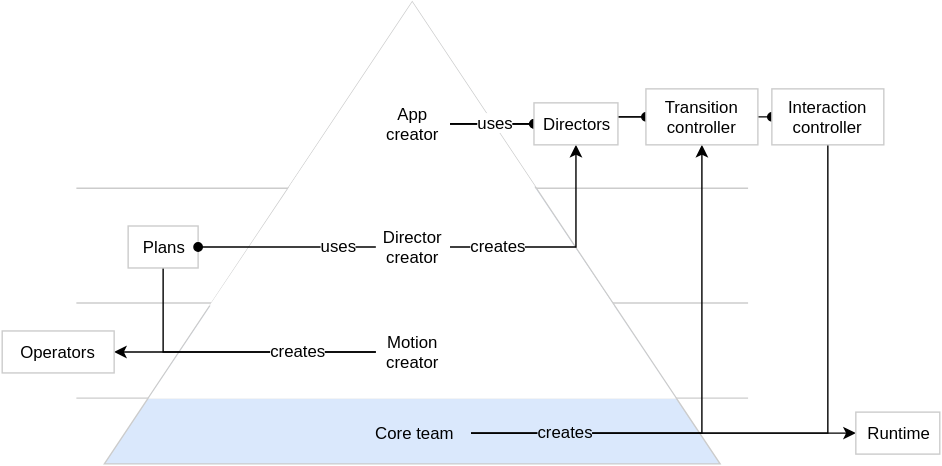
Earlier version of the draw.io export assets/L4.svg (material-motion/material-motion). Source tidied: cells renumbered, new cells last; positions are measured from the earlier drawing's top-left corner, leaving out a move shared by most shapes. Source of this version:
```xml
<mxGraphModel background="#ffffff">
  <root>
    <mxCell id="0" />
    <mxCell id="1" parent="0" />
    <mxCell id="2" style="triangle;whiteSpace=wrap;html=1;rotation=-90;strokeColor=#CCCCCC;fillColor=#DAE8FC;" parent="1" vertex="1">
      <mxGeometry x="128" width="330" height="440" as="geometry" />
    </mxCell>
    <mxCell id="3" style="endArrow=none;html=1;endFill=0;strokeColor=#CCCCCC;" parent="1" edge="1">
      <mxGeometry relative="1" as="geometry">
        <mxPoint x="53" y="188" as="sourcePoint" />
        <mxPoint x="533" y="188" as="targetPoint" />
      </mxGeometry>
    </mxCell>
    <mxCell id="4" style="endArrow=none;html=1;endFill=0;strokeColor=#CCCCCC;" parent="1" edge="1">
      <mxGeometry relative="1" as="geometry">
        <mxPoint x="53" y="270" as="sourcePoint" />
        <mxPoint x="533" y="270" as="targetPoint" />
      </mxGeometry>
    </mxCell>
    <mxCell id="5" style="endArrow=none;html=1;endFill=0;strokeColor=#CCCCCC;" parent="1" edge="1">
      <mxGeometry relative="1" as="geometry">
        <mxPoint x="53" y="338" as="sourcePoint" />
        <mxPoint x="533" y="338" as="targetPoint" />
      </mxGeometry>
    </mxCell>
    <mxCell id="6" style="triangle;whiteSpace=wrap;html=1;rotation=-90;strokeColor=none;fillColor=#ffffff;" parent="1" vertex="1">
      <mxGeometry x="227" y="33" width="132" height="176" as="geometry" />
    </mxCell>
    <mxCell id="7" style="triangle;whiteSpace=wrap;html=1;rotation=-90;strokeColor=none;fillColor=#FFFFFF;" parent="1" vertex="1">
      <mxGeometry x="152" y="9" width="282" height="377" as="geometry" />
    </mxCell>
    <mxCell id="8" style="triangle;whiteSpace=wrap;html=1;rotation=-90;strokeColor=none;fillColor=#FFFFFF;" parent="1" vertex="1">
      <mxGeometry x="185" y="20" width="215" height="289" as="geometry" />
    </mxCell>
    <mxCell id="9" style="group;" parent="1" vertex="1">
      <mxGeometry y="117" width="670" height="266" as="geometry" />
    </mxCell>
    <mxCell id="10" style="edgeStyle=orthogonalEdgeStyle;rounded=0;html=1;exitX=1;exitY=0.5;entryX=0;entryY=0.5;endArrow=classic;endFill=1;jettySize=auto;" parent="9" edge="1" source="19" target="20">
      <mxGeometry relative="1" as="geometry">
        <Array as="points">
          <mxPoint x="480" y="246" />
          <mxPoint x="480" y="246" />
        </Array>
      </mxGeometry>
    </mxCell>
    <mxCell id="11" style="edgeStyle=orthogonalEdgeStyle;rounded=0;html=1;exitX=1;exitY=0.5;entryX=0.5;entryY=1;endArrow=classic;endFill=1;jettySize=auto;strokeColor=#000000;" parent="9" edge="1" source="19" target="35">
      <mxGeometry relative="1" as="geometry">
        <Array as="points">
          <mxPoint x="500" y="246" />
        </Array>
      </mxGeometry>
    </mxCell>
    <mxCell id="12" style="edgeStyle=orthogonalEdgeStyle;rounded=0;html=1;exitX=0;exitY=0.5;entryX=1;entryY=0.5;endArrow=classic;endFill=1;jettySize=auto;strokeColor=#000000;" parent="9" edge="1" source="16" target="21">
      <mxGeometry relative="1" as="geometry">
        <Array as="points">
          <mxPoint x="180" y="188" />
          <mxPoint x="180" y="188" />
        </Array>
      </mxGeometry>
    </mxCell>
    <mxCell id="13" style="edgeStyle=orthogonalEdgeStyle;rounded=0;html=1;exitX=1;exitY=0.5;entryX=0;entryY=0.5;startArrow=none;startFill=0;endArrow=oval;endFill=1;jettySize=auto;strokeColor=#000000;" parent="9" edge="1" source="25" target="35">
      <mxGeometry relative="1" as="geometry" />
    </mxCell>
    <mxCell id="14" style="edgeStyle=orthogonalEdgeStyle;rounded=0;html=1;exitX=0;exitY=0.5;entryX=0.5;entryY=1;endArrow=classic;endFill=1;jettySize=auto;strokeColor=#000000;" parent="9" edge="1" source="16">
      <mxGeometry relative="1" as="geometry">
        <mxPoint x="115" y="113" as="targetPoint" />
      </mxGeometry>
    </mxCell>
    <mxCell id="15" value="creates" style="text;html=1;align=center;verticalAlign=middle;labelBackgroundColor=#FFFFFF;" parent="14" vertex="1">
      <mxGeometry x="0.35" relative="1" as="geometry">
        <mxPoint x="96" y="-1" as="offset" />
      </mxGeometry>
    </mxCell>
    <mxCell id="16" value="Motion creator" style="text;html=1;strokeColor=none;fillColor=none;align=center;verticalAlign=middle;whiteSpace=wrap;overflow=hidden;" parent="9" vertex="1">
      <mxGeometry x="267" y="168" width="53" height="40" as="geometry" />
    </mxCell>
    <mxCell id="17" style="edgeStyle=orthogonalEdgeStyle;rounded=0;html=1;exitX=1;exitY=0.5;entryX=0.5;entryY=1;endArrow=classic;endFill=1;jettySize=auto;strokeColor=#000000;" parent="9" edge="1" source="19">
      <mxGeometry relative="1" as="geometry">
        <mxPoint x="590" y="21" as="targetPoint" />
      </mxGeometry>
    </mxCell>
    <mxCell id="18" value="creates" style="text;html=1;align=center;verticalAlign=middle;labelBackgroundColor=#DAE8FC;" parent="17" vertex="1">
      <mxGeometry x="-0.24" y="-3" relative="1" as="geometry">
        <mxPoint x="-115" y="-5" as="offset" />
      </mxGeometry>
    </mxCell>
    <mxCell id="19" value="Core team" style="text;html=1;strokeColor=none;fillColor=none;align=center;verticalAlign=middle;whiteSpace=wrap;overflow=hidden;" parent="9" vertex="1">
      <mxGeometry x="252" y="226" width="83" height="40" as="geometry" />
    </mxCell>
    <mxCell id="20" value="Runtime" style="whiteSpace=wrap;html=1;strokeColor=#CCCCCC;" parent="9" vertex="1">
      <mxGeometry x="610" y="231" width="60" height="30" as="geometry" />
    </mxCell>
    <mxCell id="21" value="Operators" style="whiteSpace=wrap;html=1;strokeColor=#CCCCCC;" parent="9" vertex="1">
      <mxGeometry y="173" width="80" height="30" as="geometry" />
    </mxCell>
    <mxCell id="22" value="Plans" style="whiteSpace=wrap;html=1;strokeColor=#CCCCCC;" parent="9" vertex="1">
      <mxGeometry x="90" y="98" width="50" height="30" as="geometry" />
    </mxCell>
    <mxCell id="23" style="edgeStyle=orthogonalEdgeStyle;rounded=0;html=1;exitX=1;exitY=0.5;entryX=0;entryY=0.5;startArrow=none;startFill=0;endArrow=oval;endFill=1;jettySize=auto;strokeColor=#000000;" parent="9" edge="1" source="25" target="34">
      <mxGeometry relative="1" as="geometry">
        <Array as="points">
          <mxPoint x="330" y="25" />
          <mxPoint x="330" y="25" />
        </Array>
      </mxGeometry>
    </mxCell>
    <mxCell id="24" value="uses" style="text;html=1;align=center;verticalAlign=middle;labelBackgroundColor=#ffffff;" parent="23" vertex="1">
      <mxGeometry x="-0.07" y="1" relative="1" as="geometry">
        <mxPoint x="4" y="-1" as="offset" />
      </mxGeometry>
    </mxCell>
    <mxCell id="25" value="App creator" style="text;html=1;strokeColor=none;fillColor=none;align=center;verticalAlign=middle;whiteSpace=wrap;overflow=hidden;" parent="9" vertex="1">
      <mxGeometry x="267" y="5" width="53" height="40" as="geometry" />
    </mxCell>
    <mxCell id="26" style="edgeStyle=orthogonalEdgeStyle;rounded=0;html=1;exitX=1;exitY=0.5;entryX=0;entryY=0.5;startArrow=none;startFill=0;endArrow=oval;endFill=1;jettySize=auto;strokeColor=#000000;" parent="9" edge="1" source="25" target="36">
      <mxGeometry relative="1" as="geometry">
        <Array as="points">
          <mxPoint x="420" y="25" />
          <mxPoint x="420" y="20" />
        </Array>
      </mxGeometry>
    </mxCell>
    <mxCell id="27" style="edgeStyle=orthogonalEdgeStyle;rounded=0;html=1;exitX=1;exitY=0.5;entryX=0;entryY=0.5;startArrow=none;startFill=0;endArrow=oval;endFill=1;jettySize=auto;strokeColor=#000000;" parent="9" edge="1" source="25" target="34">
      <mxGeometry relative="1" as="geometry" />
    </mxCell>
    <mxCell id="28" value="uses" style="text;html=1;align=center;verticalAlign=middle;labelBackgroundColor=#ffffff;" parent="27" vertex="1">
      <mxGeometry x="-0.07" y="1" relative="1" as="geometry">
        <mxPoint x="4" y="-1" as="offset" />
      </mxGeometry>
    </mxCell>
    <mxCell id="29" value="Director creator" style="text;html=1;strokeColor=none;fillColor=none;align=center;verticalAlign=middle;whiteSpace=wrap;overflow=hidden;" parent="9" vertex="1">
      <mxGeometry x="267" y="93" width="53" height="40" as="geometry" />
    </mxCell>
    <mxCell id="30" style="edgeStyle=orthogonalEdgeStyle;rounded=0;html=1;exitX=1;exitY=0.5;entryX=0;entryY=0.5;endArrow=none;endFill=0;jettySize=auto;strokeColor=#000000;startArrow=oval;startFill=1;" parent="9" edge="1" source="22" target="29">
      <mxGeometry relative="1" as="geometry" />
    </mxCell>
    <mxCell id="31" value="uses" style="text;html=1;align=center;verticalAlign=middle;labelBackgroundColor=#FFFFFF;" parent="30" vertex="1">
      <mxGeometry x="-0.09" relative="1" as="geometry">
        <mxPoint x="42" y="-2" as="offset" />
      </mxGeometry>
    </mxCell>
    <mxCell id="32" style="edgeStyle=orthogonalEdgeStyle;rounded=0;html=1;exitX=1;exitY=0.5;entryX=0.5;entryY=1;startArrow=none;startFill=0;endArrow=classic;endFill=1;jettySize=auto;strokeColor=#000000;" parent="9" edge="1" source="29" target="34">
      <mxGeometry relative="1" as="geometry" />
    </mxCell>
    <mxCell id="33" value="creates" style="text;html=1;align=center;verticalAlign=middle;labelBackgroundColor=#FFFFFF;" parent="32" vertex="1">
      <mxGeometry x="-0.6" relative="1" as="geometry">
        <mxPoint x="2" y="-2" as="offset" />
      </mxGeometry>
    </mxCell>
    <mxCell id="34" value="Directors" style="whiteSpace=wrap;html=1;strokeColor=#CCCCCC;" parent="9" vertex="1">
      <mxGeometry x="380" y="10" width="60" height="30" as="geometry" />
    </mxCell>
    <mxCell id="35" value="Transition controller" style="whiteSpace=wrap;html=1;strokeColor=#CCCCCC;" parent="9" vertex="1">
      <mxGeometry x="460" width="80" height="40" as="geometry" />
    </mxCell>
    <mxCell id="36" value="Interaction controller" style="whiteSpace=wrap;html=1;strokeColor=#CCCCCC;" parent="9" vertex="1">
      <mxGeometry x="550" width="80" height="40" as="geometry" />
    </mxCell>
  </root>
</mxGraphModel>
```
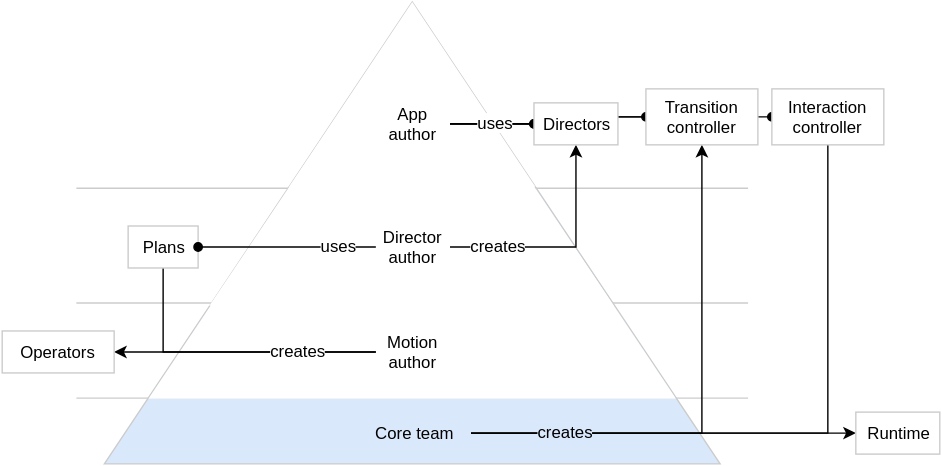
The same diagram one commit later.

Commit message:
Using "author" language

Change to the diagram source:
```diff
@@ -71,7 +71,7 @@
         <mxPoint x="96" y="-1" as="offset" />
       </mxGeometry>
     </mxCell>
-    <mxCell id="16" value="Motion creator" style="text;html=1;strokeColor=none;fillColor=none;align=center;verticalAlign=middle;whiteSpace=wrap;overflow=hidden;" parent="9" vertex="1">
+    <mxCell id="16" value="Motion author" style="text;html=1;strokeColor=none;fillColor=none;align=center;verticalAlign=middle;whiteSpace=wrap;overflow=hidden;" parent="9" vertex="1">
       <mxGeometry x="267" y="168" width="53" height="40" as="geometry" />
     </mxCell>
     <mxCell id="17" style="edgeStyle=orthogonalEdgeStyle;rounded=0;html=1;exitX=1;exitY=0.5;entryX=0.5;entryY=1;endArrow=classic;endFill=1;jettySize=auto;strokeColor=#000000;" parent="9" edge="1" source="19">
@@ -109,7 +109,7 @@
         <mxPoint x="4" y="-1" as="offset" />
       </mxGeometry>
     </mxCell>
-    <mxCell id="25" value="App creator" style="text;html=1;strokeColor=none;fillColor=none;align=center;verticalAlign=middle;whiteSpace=wrap;overflow=hidden;" parent="9" vertex="1">
+    <mxCell id="25" value="App author" style="text;html=1;strokeColor=none;fillColor=none;align=center;verticalAlign=middle;whiteSpace=wrap;overflow=hidden;" parent="9" vertex="1">
       <mxGeometry x="267" y="5" width="53" height="40" as="geometry" />
     </mxCell>
     <mxCell id="26" style="edgeStyle=orthogonalEdgeStyle;rounded=0;html=1;exitX=1;exitY=0.5;entryX=0;entryY=0.5;startArrow=none;startFill=0;endArrow=oval;endFill=1;jettySize=auto;strokeColor=#000000;" parent="9" edge="1" source="25" target="36">
@@ -128,7 +128,7 @@
         <mxPoint x="4" y="-1" as="offset" />
       </mxGeometry>
     </mxCell>
-    <mxCell id="29" value="Director creator" style="text;html=1;strokeColor=none;fillColor=none;align=center;verticalAlign=middle;whiteSpace=wrap;overflow=hidden;" parent="9" vertex="1">
+    <mxCell id="29" value="Director author" style="text;html=1;strokeColor=none;fillColor=none;align=center;verticalAlign=middle;whiteSpace=wrap;overflow=hidden;" parent="9" vertex="1">
       <mxGeometry x="267" y="93" width="53" height="40" as="geometry" />
     </mxCell>
     <mxCell id="30" style="edgeStyle=orthogonalEdgeStyle;rounded=0;html=1;exitX=1;exitY=0.5;entryX=0;entryY=0.5;endArrow=none;endFill=0;jettySize=auto;strokeColor=#000000;startArrow=oval;startFill=1;" parent="9" edge="1" source="22" target="29">
```
